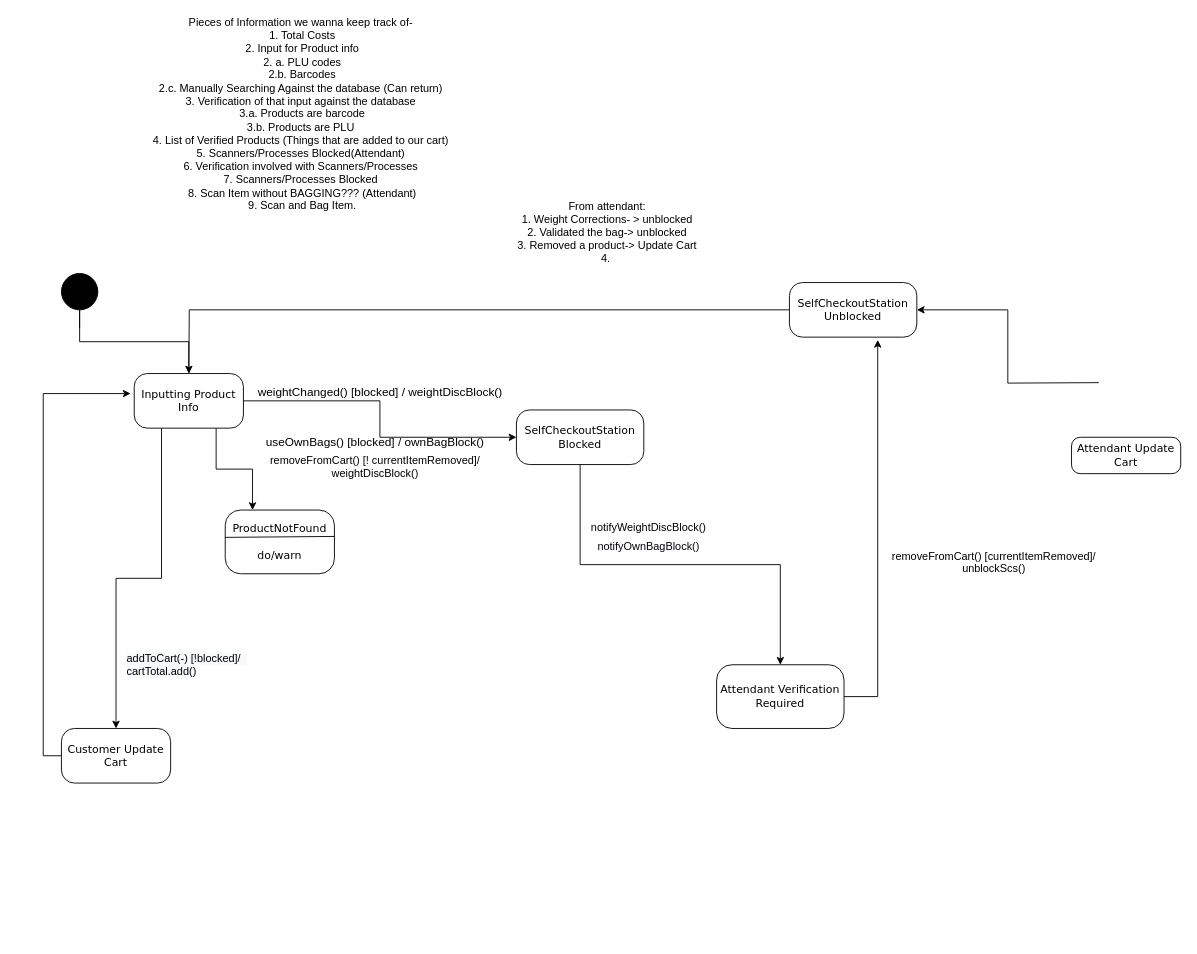
The draw.io diagram page "Scanning/Bagging" (2 of 3) of Diagrams/StateDiagrams/Untitled Diagram.drawio in adam-25/Self-Checkout-System, before the edit. Source tidied: cells renumbered, new cells numbered last; positions are measured from the earlier drawing's top-left corner, leaving out a move shared by most shapes. Both pictures are drawn from the tidied source at 91%, with x=0, y=0 at pixel (43, 27).
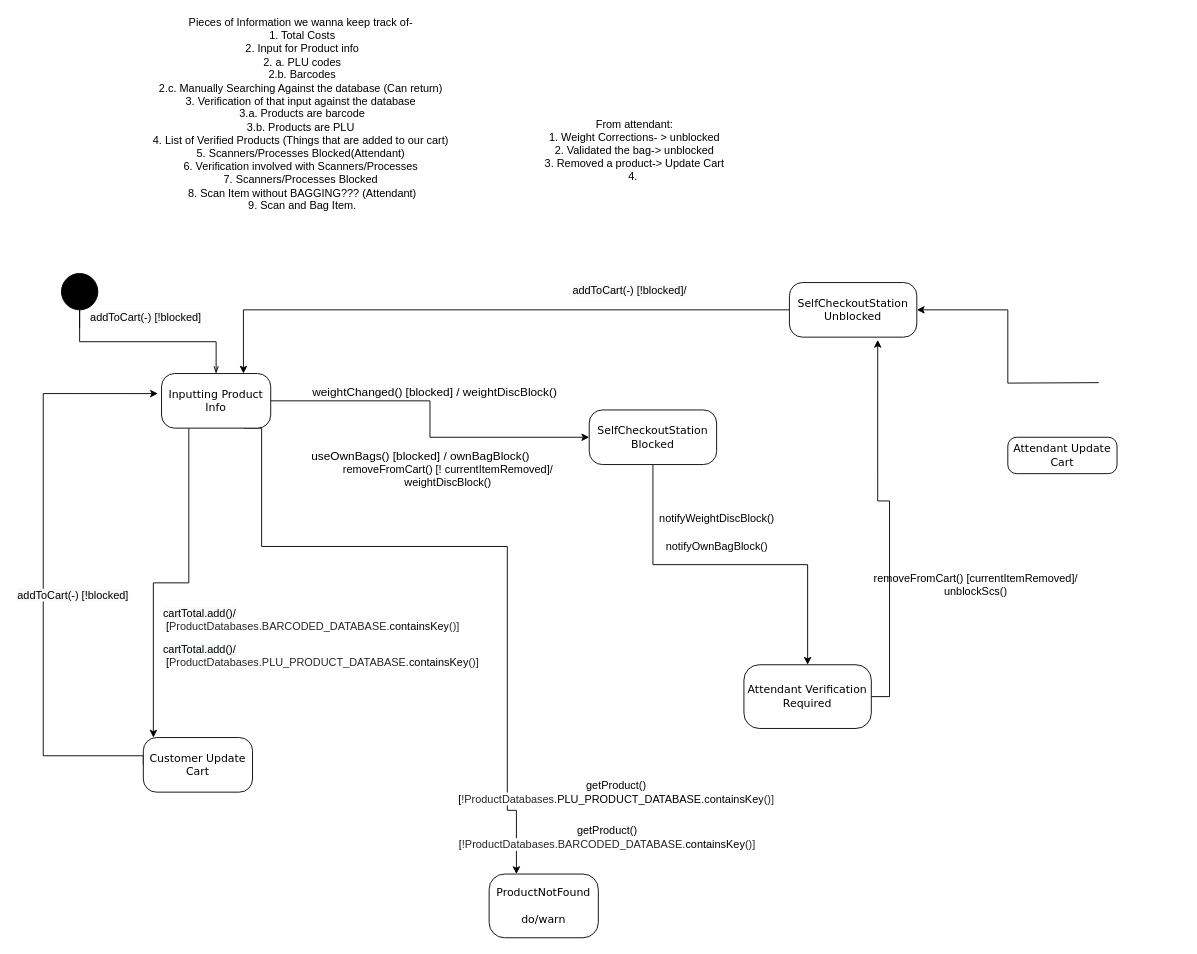
The same diagram, later.

The change refers to these unchanged cells:
```xml
<mxCell id="16" value="SelfCheckoutStation Unblocked" style="rounded=1;whiteSpace=wrap;html=1;arcSize=24;shadow=0;comic=0;labelBackgroundColor=none;fontFamily=Verdana;fontSize=12;align=center;" parent="1" vertex="1">
  <mxGeometry x="820" y="280" width="140" height="60" as="geometry" />
</mxCell>
```

What changed in the source:
```diff
@@
     <mxCell id="3" value="Attendant Update Cart" style="rounded=1;whiteSpace=wrap;html=1;arcSize=24;shadow=0;comic=0;labelBackgroundColor=none;fontFamily=Verdana;fontSize=12;align=center;" parent="1" vertex="1">
-      <mxGeometry x="1130" y="450" width="120" height="40" as="geometry" />
+      <mxGeometry x="1060" y="450" width="120" height="40" as="geometry" />
     </mxCell>
     <mxCell id="4" value="&lt;div&gt;&lt;span&gt;&lt;font style=&quot;font-size: 12px&quot;&gt;ProductNotFound&lt;/font&gt;&lt;/span&gt;&lt;/div&gt;&lt;div&gt;&lt;span&gt;&lt;font style=&quot;font-size: 12px&quot;&gt;&lt;br&gt;&lt;/font&gt;&lt;/span&gt;&lt;/div&gt;&lt;div&gt;&lt;span&gt;&lt;font style=&quot;font-size: 12px&quot;&gt;do/warn&lt;/font&gt;&lt;/span&gt;&lt;/div&gt;" style="rounded=1;whiteSpace=wrap;html=1;arcSize=24;shadow=0;comic=0;labelBackgroundColor=none;fontFamily=Verdana;fontSize=12;align=center;" parent="1" vertex="1">
-      <mxGeometry x="200" y="530" width="120" height="70" as="geometry" />
+      <mxGeometry x="490" y="930" width="120" height="70" as="geometry" />
     </mxCell>
     <mxCell id="5" value="SelfCheckoutStation Blocked" style="rounded=1;whiteSpace=wrap;html=1;arcSize=24;shadow=0;comic=0;labelBackgroundColor=none;fontFamily=Verdana;fontSize=12;align=center;" parent="1" vertex="1">
-      <mxGeometry x="520" y="420" width="140" height="60" as="geometry" />
+      <mxGeometry x="600" y="420" width="140" height="60" as="geometry" />
     </mxCell>
@@
     <mxCell id="7" style="edgeStyle=orthogonalEdgeStyle;rounded=0;jettySize=auto;html=1;exitX=0.75;exitY=1;exitDx=0;exitDy=0;entryX=0.25;entryY=0;entryDx=0;entryDy=0;fontColor=#000000;" parent="1" edge="1" source="9" target="4">
-      <mxGeometry relative="1" as="geometry" />
+      <mxGeometry relative="1" as="geometry">
+        <Array as="points">
+          <mxPoint x="240" y="440" />
+          <mxPoint x="240" y="570" />
+          <mxPoint x="510" y="570" />
+          <mxPoint x="510" y="860" />
+        </Array>
+      </mxGeometry>
     </mxCell>
-    <mxCell id="8" style="edgeStyle=orthogonalEdgeStyle;rounded=0;jettySize=auto;html=1;exitX=0.25;exitY=1;exitDx=0;exitDy=0;entryX=0.5;entryY=0;entryDx=0;entryDy=0;fontColor=#000000;" parent="1" edge="1" source="9" target="22">
+    <mxCell id="8" style="edgeStyle=orthogonalEdgeStyle;rounded=0;jettySize=auto;html=1;exitX=0.25;exitY=1;exitDx=0;exitDy=0;entryX=0.092;entryY=0;entryDx=0;entryDy=0;entryPerimeter=0;fontFamily=Helvetica;" parent="1" edge="1" source="9" target="22">
       <mxGeometry relative="1" as="geometry" />
     </mxCell>
     <mxCell id="9" value="Inputting Product Info" style="rounded=1;whiteSpace=wrap;html=1;arcSize=24;shadow=0;comic=0;labelBackgroundColor=none;fontFamily=Verdana;fontSize=12;align=center;" parent="1" vertex="1">
-      <mxGeometry x="100" y="380" width="120" height="60" as="geometry" />
+      <mxGeometry x="130" y="380" width="120" height="60" as="geometry" />
     </mxCell>
@@
-    <mxCell id="12" style="endArrow=none;html=1;rounded=0;fontSize=12;exitX=0;exitY=0.429;exitDx=0;exitDy=0;entryX=1;entryY=0.414;entryDx=0;entryDy=0;exitPerimeter=0;entryPerimeter=0;" parent="1" edge="1" source="4" target="4">
-      <mxGeometry relative="1" as="geometry" />
-    </mxCell>
@@
     <mxCell id="14" value="Attendant Verification Required" style="rounded=1;whiteSpace=wrap;html=1;arcSize=24;shadow=0;comic=0;labelBackgroundColor=none;fontFamily=Verdana;fontSize=12;align=center;" parent="1" vertex="1">
-      <mxGeometry x="740" y="700" width="140" height="70" as="geometry" />
+      <mxGeometry x="770" y="700" width="140" height="70" as="geometry" />
     </mxCell>
-    <mxCell id="15" style="edgeStyle=orthogonalEdgeStyle;rounded=0;jettySize=auto;html=1;exitX=0;exitY=0.5;exitDx=0;exitDy=0;fontColor=#000000;" parent="1" edge="1" source="16">
-      <mxGeometry relative="1" as="geometry">
-        <mxPoint x="160" y="380" as="targetPoint" />
-      </mxGeometry>
+    <mxCell id="15" style="edgeStyle=orthogonalEdgeStyle;rounded=0;jettySize=auto;html=1;exitX=0;exitY=0.5;exitDx=0;exitDy=0;fontColor=#000000;entryX=0.75;entryY=0;entryDx=0;entryDy=0;" parent="1" edge="1" source="16" target="9">
+      <mxGeometry relative="1" as="geometry" />
     </mxCell>
@@
     <mxCell id="19" value="weightChanged() [blocked] / weightDiscBlock()" style="text;html=1;align=center;verticalAlign=middle;strokeColor=none;fillColor=none;fontSize=13;" parent="1" vertex="1">
-      <mxGeometry x="230" y="390" width="280" height="20" as="geometry" />
+      <mxGeometry x="290" y="390" width="280" height="20" as="geometry" />
     </mxCell>
     <mxCell id="20" value="From attendant:&lt;br&gt;1. Weight Corrections- &amp;gt; unblocked&lt;br&gt;2. Validated the bag-&amp;gt; unblocked&lt;br&gt;3. Removed a product-&amp;gt; Update Cart&lt;br&gt;4.&amp;nbsp;" style="text;html=1;strokeColor=none;fillColor=none;align=center;verticalAlign=middle;whiteSpace=wrap;rounded=0;" parent="1" vertex="1">
-      <mxGeometry x="490" y="210" width="260" height="30" as="geometry" />
+      <mxGeometry x="520" y="120" width="260" height="30" as="geometry" />
     </mxCell>
@@
     <mxCell id="22" value="Customer Update Cart" style="rounded=1;whiteSpace=wrap;html=1;arcSize=24;shadow=0;comic=0;labelBackgroundColor=none;fontFamily=Verdana;fontSize=12;align=center;" parent="1" vertex="1">
-      <mxGeometry x="20" y="770" width="120" height="60" as="geometry" />
+      <mxGeometry x="110" y="780" width="120" height="60" as="geometry" />
     </mxCell>
     <mxCell id="23" value="&lt;div&gt;&lt;span style=&quot;font-size: 13px&quot;&gt;useOwnBags() [blocked] / ownBagBlock()&lt;/span&gt;&lt;/div&gt;" style="text;html=1;strokeColor=none;fillColor=none;align=center;verticalAlign=middle;whiteSpace=wrap;rounded=0;" parent="1" vertex="1">
-      <mxGeometry x="230" y="440" width="270" height="30" as="geometry" />
+      <mxGeometry x="280" y="450" width="270" height="40" as="geometry" />
     </mxCell>
     <mxCell id="24" value="removeFromCart() [! currentItemRemoved]/&lt;br&gt;weightDiscBlock()&lt;br&gt;&amp;nbsp;" style="text;html=1;strokeColor=none;fillColor=none;align=center;verticalAlign=middle;whiteSpace=wrap;rounded=0;" parent="1" vertex="1">
-      <mxGeometry x="240" y="470" width="250" height="40" as="geometry" />
+      <mxGeometry x="320" y="480" width="250" height="40" as="geometry" />
     </mxCell>
     <mxCell id="25" value="&lt;span style=&quot;font-family: , , &amp;#34;sf mono&amp;#34; , &amp;#34;menlo&amp;#34; , &amp;#34;consolas&amp;#34; , &amp;#34;liberation mono&amp;#34; , monospace ; background-color: rgb(255 , 255 , 255)&quot;&gt;notifyWeightDiscBlock()&lt;/span&gt;" style="text;html=1;align=center;verticalAlign=middle;strokeColor=none;fillColor=none;" parent="1" vertex="1">
-      <mxGeometry x="595" y="540" width="140" height="20" as="geometry" />
+      <mxGeometry x="670" y="530" width="140" height="20" as="geometry" />
     </mxCell>
     <mxCell id="26" value="&lt;span style=&quot;font-family: , , &amp;#34;sf mono&amp;#34; , &amp;#34;menlo&amp;#34; , &amp;#34;consolas&amp;#34; , &amp;#34;liberation mono&amp;#34; , monospace ; background-color: rgb(255 , 255 , 255)&quot;&gt;&lt;font color=&quot;#06040a&quot;&gt;notifyOwnBagBlock()&lt;/font&gt;&lt;/span&gt;" style="text;html=1;align=center;verticalAlign=middle;strokeColor=none;fillColor=none;" parent="1" vertex="1">
-      <mxGeometry x="600" y="560" width="130" height="20" as="geometry" />
+      <mxGeometry x="675" y="560" width="130" height="20" as="geometry" />
     </mxCell>
-    <mxCell id="27" value="&lt;span style=&quot;color: rgb(0 , 0 , 0) ; font-family: &amp;#34;helvetica&amp;#34; ; font-size: 12px ; font-style: normal ; font-weight: 400 ; letter-spacing: normal ; text-align: left ; text-indent: 0px ; text-transform: none ; word-spacing: 0px ; background-color: rgb(248 , 249 , 250) ; display: inline ; float: none&quot;&gt;addToCart(-) [!blocked]/&amp;nbsp;&amp;nbsp;&lt;br&gt;cartTotal.add()&lt;br&gt;&lt;/span&gt;" style="text;whiteSpace=wrap;html=1;fontColor=#000000;" parent="1" vertex="1">
-      <mxGeometry x="90" y="680" width="180" height="30" as="geometry" />
-    </mxCell>
     <mxCell id="28" value="removeFromCart() [currentItemRemoved]/&lt;br&gt;unblockScs()&lt;br&gt;&amp;nbsp;" style="text;html=1;strokeColor=none;fillColor=none;align=center;verticalAlign=middle;whiteSpace=wrap;rounded=0;" parent="1" vertex="1">
-      <mxGeometry x="920" y="575" width="250" height="40" as="geometry" />
+      <mxGeometry x="900" y="600" width="250" height="40" as="geometry" />
     </mxCell>
+    <mxCell id="29" style="edgeStyle=orthogonalEdgeStyle;rounded=0;orthogonalLoop=1;jettySize=auto;html=1;exitX=0.5;exitY=1;exitDx=0;exitDy=0;" parent="1" edge="1" source="22" target="22">
+      <mxGeometry relative="1" as="geometry" />
+    </mxCell>
+    <mxCell id="30" value="&lt;span style=&quot;color: rgb(0 , 0 , 0) ; font-family: &amp;#34;helvetica&amp;#34; ; font-size: 12px ; font-style: normal ; font-weight: 400 ; letter-spacing: normal ; text-align: left ; text-indent: 0px ; text-transform: none ; word-spacing: 0px ; background-color: rgb(248 , 249 , 250) ; display: inline ; float: none&quot;&gt;addToCart(-) [!blocked]&lt;/span&gt;" style="text;whiteSpace=wrap;html=1;" parent="1" vertex="1">
+      <mxGeometry x="-30" y="610" width="160" height="30" as="geometry" />
+    </mxCell>
+    <mxCell id="31" value="&lt;span style=&quot;color: rgb(0 , 0 , 0) ; font-family: &amp;#34;helvetica&amp;#34; ; font-size: 12px ; font-style: normal ; font-weight: 400 ; letter-spacing: normal ; text-align: left ; text-indent: 0px ; text-transform: none ; word-spacing: 0px ; background-color: rgb(248 , 249 , 250) ; display: inline ; float: none&quot;&gt;addToCart(-) [!blocked]/&lt;/span&gt;" style="text;whiteSpace=wrap;html=1;" parent="1" vertex="1">
+      <mxGeometry x="580" y="275" width="160" height="30" as="geometry" />
+    </mxCell>
+    <mxCell id="32" value="getProduct() [&lt;span style=&quot;color: rgb(36 , 41 , 47) ; background-color: rgb(255 , 255 , 255)&quot;&gt;!&lt;/span&gt;&lt;span class=&quot;pl-smi&quot; style=&quot;box-sizing: border-box ; color: rgb(36 , 41 , 47) ; background-color: rgb(255 , 255 , 255)&quot;&gt;ProductDatabases&lt;/span&gt;&lt;span style=&quot;color: rgb(36 , 41 , 47) ; background-color: rgb(255 , 255 , 255)&quot;&gt;.&lt;/span&gt;&lt;span class=&quot;pl-c1&quot; style=&quot;box-sizing: border-box ; background-color: rgb(255 , 255 , 255)&quot;&gt;PLU_PRODUCT_DATABASE&lt;/span&gt;&lt;span style=&quot;color: rgb(36 , 41 , 47) ; background-color: rgb(255 , 255 , 255)&quot;&gt;.&lt;/span&gt;&lt;span class=&quot;pl-en&quot; style=&quot;box-sizing: border-box ; background-color: rgb(255 , 255 , 255)&quot;&gt;containsKey&lt;/span&gt;&lt;span style=&quot;color: rgb(36 , 41 , 47) ; background-color: rgb(255 , 255 , 255)&quot;&gt;(&lt;/span&gt;&lt;span style=&quot;color: rgb(36 , 41 , 47) ; background-color: rgb(255 , 255 , 255)&quot;&gt;)]&lt;/span&gt;" style="text;html=1;strokeColor=none;fillColor=none;align=center;verticalAlign=middle;whiteSpace=wrap;rounded=0;" parent="1" vertex="1">
+      <mxGeometry x="540" y="800" width="180" height="80" as="geometry" />
+    </mxCell>
+    <mxCell id="33" value="getProduct() [&lt;span style=&quot;color: rgb(36 , 41 , 47) ; background-color: rgb(255 , 255 , 255)&quot;&gt;!&lt;/span&gt;&lt;span class=&quot;pl-smi&quot; style=&quot;box-sizing: border-box ; color: rgb(36 , 41 , 47) ; background-color: rgb(255 , 255 , 255)&quot;&gt;ProductDatabases&lt;/span&gt;&lt;span style=&quot;color: rgb(36 , 41 , 47) ; background-color: rgb(255 , 255 , 255)&quot;&gt;.&lt;/span&gt;&lt;span class=&quot;pl-c1&quot; style=&quot;box-sizing: border-box ; background-color: rgb(255 , 255 , 255)&quot;&gt;&lt;font color=&quot;#24292f&quot;&gt;BARCODED_DATABASE.&lt;/font&gt;&lt;/span&gt;&lt;span class=&quot;pl-en&quot; style=&quot;box-sizing: border-box ; background-color: rgb(255 , 255 , 255)&quot;&gt;containsKey&lt;/span&gt;&lt;span style=&quot;color: rgb(36 , 41 , 47) ; background-color: rgb(255 , 255 , 255)&quot;&gt;(&lt;/span&gt;&lt;span style=&quot;color: rgb(36 , 41 , 47) ; background-color: rgb(255 , 255 , 255)&quot;&gt;)]&lt;/span&gt;" style="text;html=1;strokeColor=none;fillColor=none;align=center;verticalAlign=middle;whiteSpace=wrap;rounded=0;" parent="1" vertex="1">
+      <mxGeometry x="530" y="850" width="180" height="80" as="geometry" />
+    </mxCell>
+    <mxCell id="34" value="&lt;span style=&quot;color: rgb(0 , 0 , 0) ; font-family: &amp;#34;helvetica&amp;#34; ; font-size: 12px ; font-style: normal ; font-weight: 400 ; letter-spacing: normal ; text-align: left ; text-indent: 0px ; text-transform: none ; word-spacing: 0px ; background-color: rgb(248 , 249 , 250) ; display: inline ; float: none&quot;&gt;cartTotal.add()/&lt;br&gt;&lt;span style=&quot;font-family: &amp;#34;helvetica&amp;#34; ; text-align: center&quot;&gt;&amp;nbsp;[&lt;/span&gt;&lt;span class=&quot;pl-smi&quot; style=&quot;font-family: &amp;#34;helvetica&amp;#34; ; text-align: center ; box-sizing: border-box ; color: rgb(36 , 41 , 47) ; background-color: rgb(255 , 255 , 255)&quot;&gt;ProductDatabases&lt;/span&gt;&lt;span style=&quot;font-family: &amp;#34;helvetica&amp;#34; ; text-align: center ; color: rgb(36 , 41 , 47) ; background-color: rgb(255 , 255 , 255)&quot;&gt;.PLU_PRODUCT&lt;/span&gt;&lt;span class=&quot;pl-c1&quot; style=&quot;font-family: &amp;#34;helvetica&amp;#34; ; text-align: center ; box-sizing: border-box ; background-color: rgb(255 , 255 , 255)&quot;&gt;&lt;font color=&quot;#24292f&quot;&gt;_DATABASE.&lt;/font&gt;&lt;/span&gt;&lt;span class=&quot;pl-en&quot; style=&quot;font-family: &amp;#34;helvetica&amp;#34; ; text-align: center ; box-sizing: border-box ; background-color: rgb(255 , 255 , 255)&quot;&gt;containsKey&lt;/span&gt;&lt;span style=&quot;font-family: &amp;#34;helvetica&amp;#34; ; text-align: center ; color: rgb(36 , 41 , 47) ; background-color: rgb(255 , 255 , 255)&quot;&gt;(&lt;/span&gt;&lt;span style=&quot;font-family: &amp;#34;helvetica&amp;#34; ; text-align: center ; color: rgb(36 , 41 , 47) ; background-color: rgb(255 , 255 , 255)&quot;&gt;)]&lt;/span&gt;&lt;br&gt;&lt;/span&gt;" style="text;whiteSpace=wrap;html=1;fontColor=#000000;" parent="1" vertex="1">
+      <mxGeometry x="130" y="670" width="180" height="30" as="geometry" />
+    </mxCell>
+    <mxCell id="35" value="&lt;span style=&quot;color: rgb(0 , 0 , 0) ; font-family: &amp;#34;helvetica&amp;#34; ; font-size: 12px ; font-style: normal ; font-weight: 400 ; letter-spacing: normal ; text-align: left ; text-indent: 0px ; text-transform: none ; word-spacing: 0px ; background-color: rgb(248 , 249 , 250) ; display: inline ; float: none&quot;&gt;cartTotal.add()/&lt;br&gt;&lt;span style=&quot;font-family: &amp;#34;helvetica&amp;#34; ; text-align: center&quot;&gt;&amp;nbsp;[&lt;/span&gt;&lt;span class=&quot;pl-smi&quot; style=&quot;font-family: &amp;#34;helvetica&amp;#34; ; text-align: center ; box-sizing: border-box ; color: rgb(36 , 41 , 47) ; background-color: rgb(255 , 255 , 255)&quot;&gt;ProductDatabases&lt;/span&gt;&lt;span style=&quot;font-family: &amp;#34;helvetica&amp;#34; ; text-align: center ; color: rgb(36 , 41 , 47) ; background-color: rgb(255 , 255 , 255)&quot;&gt;.&lt;/span&gt;&lt;span class=&quot;pl-c1&quot; style=&quot;font-family: &amp;#34;helvetica&amp;#34; ; text-align: center ; box-sizing: border-box ; background-color: rgb(255 , 255 , 255)&quot;&gt;&lt;font color=&quot;#24292f&quot;&gt;BARCODED_DATABASE.&lt;/font&gt;&lt;/span&gt;&lt;span class=&quot;pl-en&quot; style=&quot;font-family: &amp;#34;helvetica&amp;#34; ; text-align: center ; box-sizing: border-box ; background-color: rgb(255 , 255 , 255)&quot;&gt;containsKey&lt;/span&gt;&lt;span style=&quot;font-family: &amp;#34;helvetica&amp;#34; ; text-align: center ; color: rgb(36 , 41 , 47) ; background-color: rgb(255 , 255 , 255)&quot;&gt;(&lt;/span&gt;&lt;span style=&quot;font-family: &amp;#34;helvetica&amp;#34; ; text-align: center ; color: rgb(36 , 41 , 47) ; background-color: rgb(255 , 255 , 255)&quot;&gt;)]&lt;/span&gt;&lt;br&gt;&lt;/span&gt;" style="text;whiteSpace=wrap;html=1;fontColor=#000000;" parent="1" vertex="1">
+      <mxGeometry x="130" y="630" width="180" height="30" as="geometry" />
+    </mxCell>
+    <mxCell id="36" value="&lt;span style=&quot;color: rgb(0 , 0 , 0) ; font-family: &amp;#34;helvetica&amp;#34; ; font-size: 12px ; font-style: normal ; font-weight: 400 ; letter-spacing: normal ; text-align: left ; text-indent: 0px ; text-transform: none ; word-spacing: 0px ; background-color: rgb(248 , 249 , 250) ; display: inline ; float: none&quot;&gt;addToCart(-) [!blocked]&lt;/span&gt;" style="text;whiteSpace=wrap;html=1;" parent="1" vertex="1">
+      <mxGeometry x="50" y="305" width="160" height="30" as="geometry" />
+    </mxCell>
```
